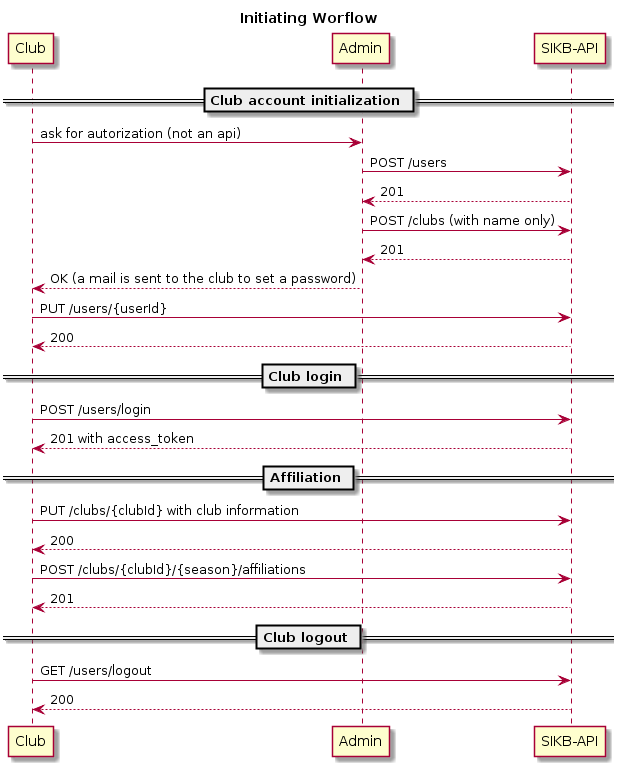
Above: doc/schema/workflow.png in alexeil/sikb-api (PlantUML), before the change. Source of this version:
```plantuml
@startuml
title Initiating Worflow

participant "Club" as club
participant "Admin" as admin
participant "SIKB-API" as api

== Club account initialization ==
club -> admin : ask for autorization (not an api)
admin -> api : POST /users
admin <-- api : 201
admin -> api : POST /clubs (with name only)
admin <-- api : 201
club <-- admin : OK (a mail is sent to the club to set a password)
club -> api : PUT /users/{userId}
club <-- api : 200

== Club login ==
club -> api : POST /users/login
club <-- api : 201 with access_token

== Affiliation ==
club -> api : PUT /clubs/{clubId} with club information
club <-- api : 200
club -> api : POST /clubs/{clubId}/{season}/affiliations
club <-- api : 201

== Club logout ==
club -> api : GET /users/logout
club <-- api : 200
@enduml
```
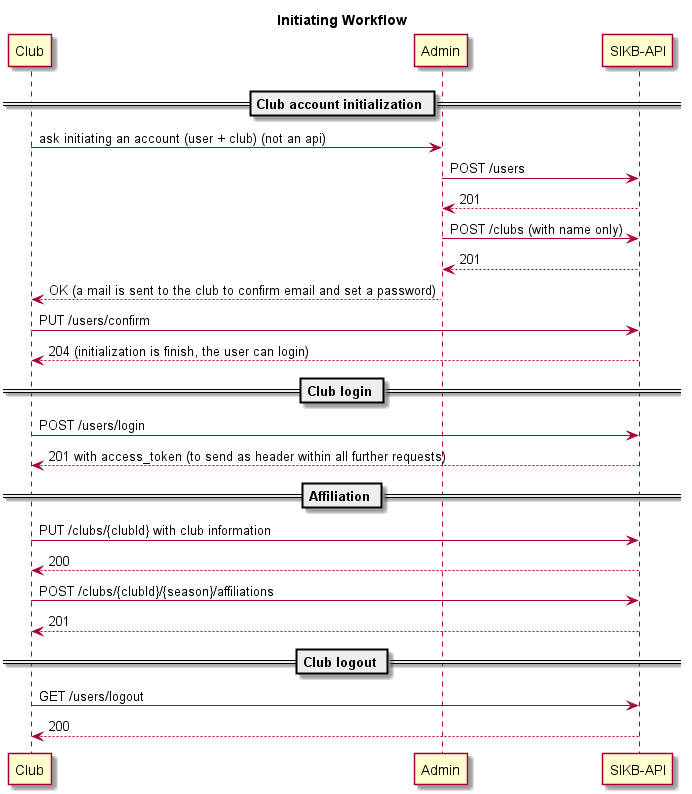
Above is the later version.

The edit, as a diff of the source:
```diff
@@ -1,23 +1,23 @@
 @startuml
-title Initiating Worflow
+title Initiating Workflow
 
 participant "Club" as club
 participant "Admin" as admin
 participant "SIKB-API" as api
 
 == Club account initialization ==
-club -> admin : ask for autorization (not an api)
+club -> admin : ask initiating an account (user + club) (not an api)
 admin -> api : POST /users
 admin <-- api : 201
 admin -> api : POST /clubs (with name only)
 admin <-- api : 201
-club <-- admin : OK (a mail is sent to the club to set a password)
-club -> api : PUT /users/{userId}
-club <-- api : 200
+club <-- admin : OK (a mail is sent to the club to confirm email and set a password)
+club -> api : PUT /users/confirm
+club <-- api : 204 (initialization is finish, the user can login)
 
 == Club login ==
 club -> api : POST /users/login
-club <-- api : 201 with access_token
+club <-- api : 201 with access_token (to send as header within all further requests)
 
 == Affiliation ==
 club -> api : PUT /clubs/{clubId} with club information
@@ -28,4 +28,5 @@
 == Club logout ==
 club -> api : GET /users/logout
 club <-- api : 200
+
 @enduml
```
